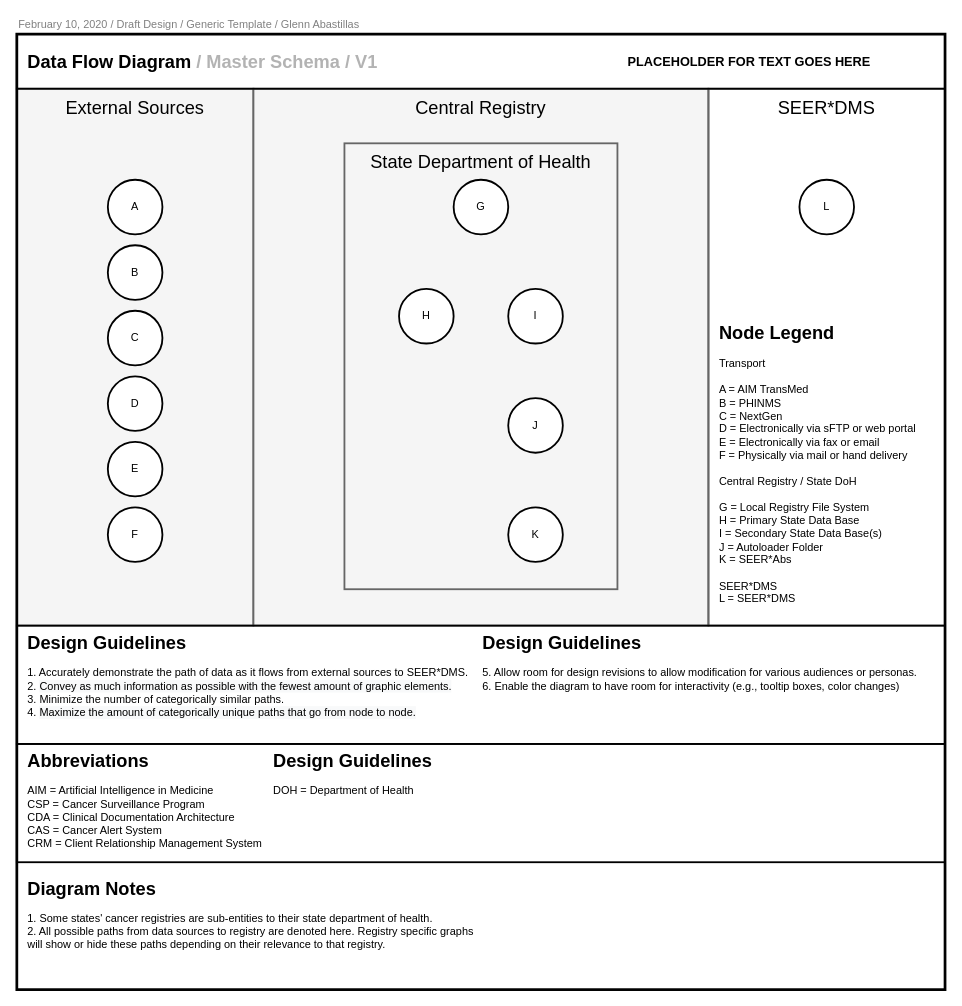
gabastil/nci-seer keeps this draw.io diagram as ws5/svg/master_schema.drawio. Above is the earlier version. Source tidied: cells renumbered, new cells numbered last; positions are measured from the earlier drawing's top-left corner, leaving out a move shared by most shapes. Both pictures are drawn from the tidied source at 91%, with x=0, y=0 at pixel (16, 15).
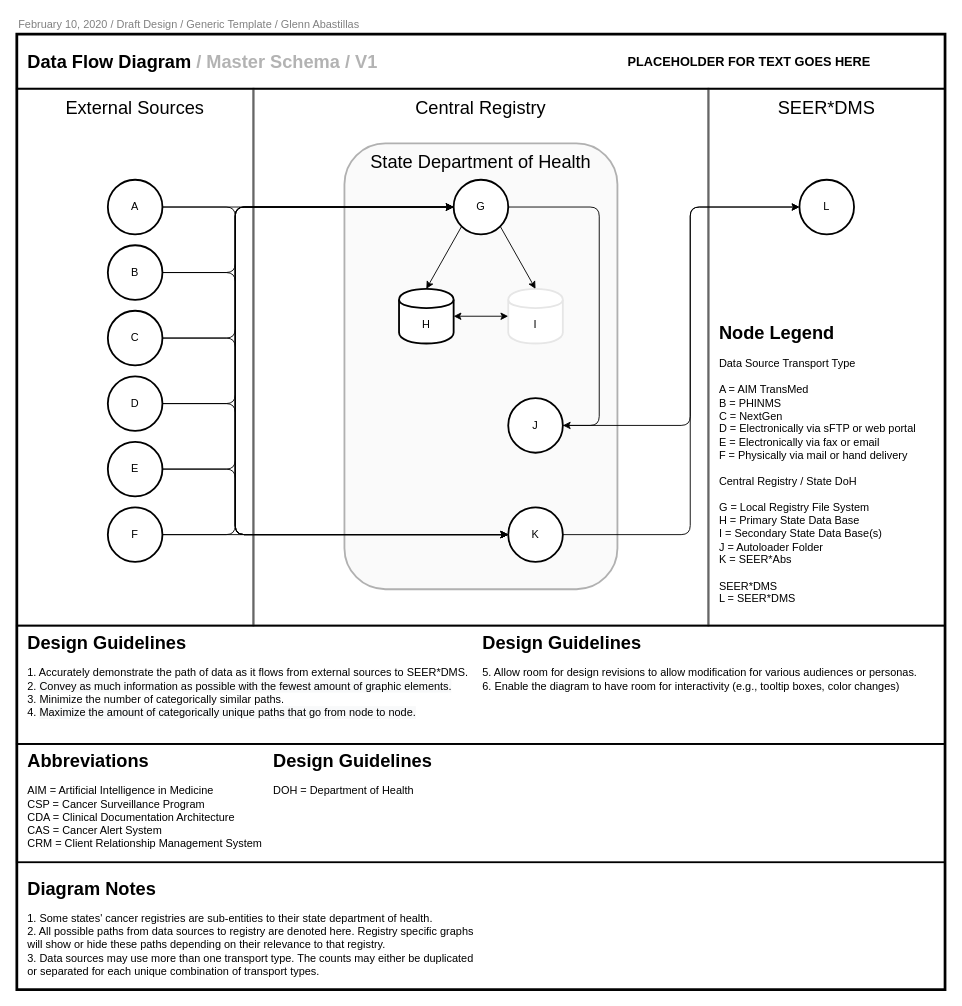
After the change.

The change refers to these unchanged cells:
```xml
<mxCell id="26" value="G" style="ellipse;whiteSpace=wrap;html=1;strokeWidth=2;" parent="24" vertex="1">
  <mxGeometry x="480" y="180" width="60" height="60" as="geometry" />
</mxCell>
<mxCell id="29" value="J" style="ellipse;whiteSpace=wrap;html=1;strokeWidth=2;" parent="24" vertex="1">
  <mxGeometry x="540" y="420" width="60" height="60" as="geometry" />
</mxCell>
```

The edit, as a diff of the source:
```diff
@@
-    <mxCell id="2" style="rounded=0;whiteSpace=wrap;html=1;strokeWidth=2;fillColor=#f5f5f5;fontSize=14;align=left;strokeColor=#666666;fontColor=#333333;" parent="1" vertex="1">
+    <mxCell id="2" style="rounded=0;whiteSpace=wrap;html=1;strokeWidth=2;fillColor=none;fontSize=14;align=left;strokeColor=#666666;fontColor=#333333;" parent="1" vertex="1">
       <mxGeometry y="80" width="260" height="590" as="geometry" />
     </mxCell>
-    <mxCell id="3" style="rounded=0;whiteSpace=wrap;html=1;strokeWidth=2;fillColor=#f5f5f5;fontSize=14;align=left;strokeColor=#666666;fontColor=#333333;" parent="1" vertex="1">
+    <mxCell id="3" style="rounded=0;whiteSpace=wrap;html=1;strokeWidth=2;fillColor=none;fontSize=14;align=left;strokeColor=#666666;fontColor=#333333;" parent="1" vertex="1">
       <mxGeometry x="260" y="80" width="500" height="590" as="geometry" />
     </mxCell>
@@
-    <mxCell id="5" style="rounded=0;whiteSpace=wrap;html=1;strokeWidth=2;fillColor=#f5f5f5;fontSize=14;align=left;strokeColor=#666666;fontColor=#333333;" parent="1" vertex="1">
+    <mxCell id="5" style="rounded=1;whiteSpace=wrap;html=1;strokeWidth=2;fillColor=#f5f5f5;fontSize=14;align=left;strokeColor=#666666;fontColor=#333333;opacity=50;" parent="1" vertex="1">
       <mxGeometry x="360" y="140" width="300" height="490" as="geometry" />
     </mxCell>
@@
-    <mxCell id="19" value="&lt;div align=&quot;left&quot; style=&quot;font-size: 20px&quot;&gt;&lt;b&gt;Node Legend&lt;/b&gt;&lt;/div&gt;&lt;div align=&quot;left&quot; style=&quot;font-size: 12px&quot;&gt;&lt;font style=&quot;font-size: 12px&quot;&gt;&lt;span style=&quot;font-size: 12px&quot;&gt;&lt;font color=&quot;transparent&quot;&gt;&lt;/font&gt;&lt;font color=&quot;#000000&quot;&gt;&lt;/font&gt;&lt;b&gt;&lt;/b&gt;&lt;b&gt;&lt;/b&gt;&lt;br&gt;&lt;/span&gt;&lt;/font&gt;&lt;/div&gt;&lt;div align=&quot;left&quot; style=&quot;font-size: 12px&quot;&gt;&lt;font style=&quot;font-size: 12px&quot;&gt;&lt;span style=&quot;font-size: 12px&quot;&gt;Transport&lt;/span&gt;&lt;/font&gt;&lt;/div&gt;&lt;div align=&quot;left&quot; style=&quot;font-size: 12px&quot;&gt;&lt;font style=&quot;font-size: 12px&quot;&gt;&lt;span style=&quot;font-size: 12px&quot;&gt;&lt;br&gt;&lt;/span&gt;&lt;/font&gt;&lt;/div&gt;&lt;div align=&quot;left&quot; style=&quot;font-size: 12px&quot;&gt;&lt;font style=&quot;font-size: 12px&quot;&gt;&lt;span style=&quot;font-size: 12px&quot;&gt;A = AIM TransMed&lt;/span&gt;&lt;/font&gt;&lt;/div&gt;&lt;div align=&quot;left&quot; style=&quot;font-size: 12px&quot;&gt;&lt;font style=&quot;font-size: 12px&quot;&gt;&lt;span style=&quot;font-size: 12px&quot;&gt;B = PHINMS&lt;/span&gt;&lt;/font&gt;&lt;/div&gt;&lt;div align=&quot;left&quot; style=&quot;font-size: 12px&quot;&gt;&lt;font style=&quot;font-size: 12px&quot;&gt;&lt;span style=&quot;font-size: 12px&quot;&gt;C = NextGen&lt;/span&gt;&lt;/font&gt;&lt;/div&gt;&lt;div align=&quot;left&quot; style=&quot;font-size: 12px&quot;&gt;&lt;font style=&quot;font-size: 12px&quot;&gt;&lt;span style=&quot;font-size: 12px&quot;&gt;D = Electronically via sFTP or web portal&lt;/span&gt;&lt;/font&gt;&lt;/div&gt;&lt;div align=&quot;left&quot; style=&quot;font-size: 12px&quot;&gt;&lt;font style=&quot;font-size: 12px&quot;&gt;&lt;span style=&quot;font-size: 12px&quot;&gt;E = Electronically via fax or email&lt;/span&gt;&lt;/font&gt;&lt;/div&gt;&lt;div align=&quot;left&quot; style=&quot;font-size: 12px&quot;&gt;&lt;font style=&quot;font-size: 12px&quot;&gt;&lt;span style=&quot;font-size: 12px&quot;&gt;F = Physically via mail or hand delivery&lt;/span&gt;&lt;/font&gt;&lt;/div&gt;&lt;div align=&quot;left&quot; style=&quot;font-size: 12px&quot;&gt;&lt;br&gt;&lt;/div&gt;&lt;div align=&quot;left&quot; style=&quot;font-size: 12px&quot;&gt;Central Registry / State DoH&lt;/div&gt;&lt;div align=&quot;left&quot; style=&quot;font-size: 12px&quot;&gt;&lt;br&gt;&lt;/div&gt;&lt;div align=&quot;left&quot; style=&quot;font-size: 12px&quot;&gt;G = Local Registry File System&lt;/div&gt;&lt;div align=&quot;left&quot; style=&quot;font-size: 12px&quot;&gt;H = Primary State Data Base&lt;/div&gt;&lt;div align=&quot;left&quot; style=&quot;font-size: 12px&quot;&gt;I = Secondary State Data Base(s)&lt;/div&gt;&lt;div align=&quot;left&quot; style=&quot;font-size: 12px&quot;&gt;J = Autoloader Folder&lt;/div&gt;&lt;div align=&quot;left&quot; style=&quot;font-size: 12px&quot;&gt;K = SEER*Abs&lt;/div&gt;&lt;div align=&quot;left&quot; style=&quot;font-size: 12px&quot;&gt;&lt;br&gt;&lt;/div&gt;&lt;div align=&quot;left&quot; style=&quot;font-size: 12px&quot;&gt;SEER*DMS&lt;/div&gt;&lt;div align=&quot;left&quot; style=&quot;font-size: 12px&quot;&gt;L = SEER*DMS&lt;/div&gt;" style="rounded=0;whiteSpace=wrap;html=1;strokeWidth=4;fillColor=none;align=left;fontSize=12;fontStyle=0;strokeColor=none;verticalAlign=top;" parent="6" vertex="1">
+    <mxCell id="19" value="&lt;div align=&quot;left&quot; style=&quot;font-size: 20px&quot;&gt;&lt;b&gt;Node Legend&lt;/b&gt;&lt;/div&gt;&lt;div align=&quot;left&quot; style=&quot;font-size: 12px&quot;&gt;&lt;font style=&quot;font-size: 12px&quot;&gt;&lt;span style=&quot;font-size: 12px&quot;&gt;&lt;font color=&quot;transparent&quot;&gt;&lt;/font&gt;&lt;font color=&quot;#000000&quot;&gt;&lt;/font&gt;&lt;b&gt;&lt;/b&gt;&lt;b&gt;&lt;/b&gt;&lt;br&gt;&lt;/span&gt;&lt;/font&gt;&lt;/div&gt;&lt;div align=&quot;left&quot; style=&quot;font-size: 12px&quot;&gt;&lt;font style=&quot;font-size: 12px&quot;&gt;&lt;span style=&quot;font-size: 12px&quot;&gt;Data Source Transport Type&lt;/span&gt;&lt;/font&gt;&lt;/div&gt;&lt;div align=&quot;left&quot; style=&quot;font-size: 12px&quot;&gt;&lt;font style=&quot;font-size: 12px&quot;&gt;&lt;span style=&quot;font-size: 12px&quot;&gt;&lt;br&gt;&lt;/span&gt;&lt;/font&gt;&lt;/div&gt;&lt;div align=&quot;left&quot; style=&quot;font-size: 12px&quot;&gt;&lt;font style=&quot;font-size: 12px&quot;&gt;&lt;span style=&quot;font-size: 12px&quot;&gt;A = AIM TransMed&lt;/span&gt;&lt;/font&gt;&lt;/div&gt;&lt;div align=&quot;left&quot; style=&quot;font-size: 12px&quot;&gt;&lt;font style=&quot;font-size: 12px&quot;&gt;&lt;span style=&quot;font-size: 12px&quot;&gt;B = PHINMS&lt;/span&gt;&lt;/font&gt;&lt;/div&gt;&lt;div align=&quot;left&quot; style=&quot;font-size: 12px&quot;&gt;&lt;font style=&quot;font-size: 12px&quot;&gt;&lt;span style=&quot;font-size: 12px&quot;&gt;C = NextGen&lt;/span&gt;&lt;/font&gt;&lt;/div&gt;&lt;div align=&quot;left&quot; style=&quot;font-size: 12px&quot;&gt;&lt;font style=&quot;font-size: 12px&quot;&gt;&lt;span style=&quot;font-size: 12px&quot;&gt;D = Electronically via sFTP or web portal&lt;/span&gt;&lt;/font&gt;&lt;/div&gt;&lt;div align=&quot;left&quot; style=&quot;font-size: 12px&quot;&gt;&lt;font style=&quot;font-size: 12px&quot;&gt;&lt;span style=&quot;font-size: 12px&quot;&gt;E = Electronically via fax or email&lt;/span&gt;&lt;/font&gt;&lt;/div&gt;&lt;div align=&quot;left&quot; style=&quot;font-size: 12px&quot;&gt;&lt;font style=&quot;font-size: 12px&quot;&gt;&lt;span style=&quot;font-size: 12px&quot;&gt;F = Physically via mail or hand delivery&lt;/span&gt;&lt;/font&gt;&lt;/div&gt;&lt;div align=&quot;left&quot; style=&quot;font-size: 12px&quot;&gt;&lt;br&gt;&lt;/div&gt;&lt;div align=&quot;left&quot; style=&quot;font-size: 12px&quot;&gt;Central Registry / State DoH&lt;/div&gt;&lt;div align=&quot;left&quot; style=&quot;font-size: 12px&quot;&gt;&lt;br&gt;&lt;/div&gt;&lt;div align=&quot;left&quot; style=&quot;font-size: 12px&quot;&gt;G = Local Registry File System&lt;/div&gt;&lt;div align=&quot;left&quot; style=&quot;font-size: 12px&quot;&gt;H = Primary State Data Base&lt;/div&gt;&lt;div align=&quot;left&quot; style=&quot;font-size: 12px&quot;&gt;I = Secondary State Data Base(s)&lt;/div&gt;&lt;div align=&quot;left&quot; style=&quot;font-size: 12px&quot;&gt;J = Autoloader Folder&lt;/div&gt;&lt;div align=&quot;left&quot; style=&quot;font-size: 12px&quot;&gt;K = SEER*Abs&lt;/div&gt;&lt;div align=&quot;left&quot; style=&quot;font-size: 12px&quot;&gt;&lt;br&gt;&lt;/div&gt;&lt;div align=&quot;left&quot; style=&quot;font-size: 12px&quot;&gt;SEER*DMS&lt;/div&gt;&lt;div align=&quot;left&quot; style=&quot;font-size: 12px&quot;&gt;L = SEER*DMS&lt;/div&gt;" style="rounded=0;whiteSpace=wrap;html=1;strokeWidth=4;fillColor=none;align=left;fontSize=12;fontStyle=0;strokeColor=none;verticalAlign=top;" parent="6" vertex="1">
       <mxGeometry x="770" y="330" width="240" height="330" as="geometry" />
     </mxCell>
@@
-    <mxCell id="23" value="&lt;div align=&quot;left&quot; style=&quot;font-size: 20px&quot;&gt;&lt;font style=&quot;font-size: 20px&quot;&gt;&lt;b&gt;Diagram Notes&lt;/b&gt;&lt;/font&gt;&lt;/div&gt;&lt;div align=&quot;left&quot; style=&quot;font-size: 12px&quot;&gt;&lt;br&gt;&lt;/div&gt;&lt;div align=&quot;left&quot; style=&quot;font-size: 12px&quot;&gt;1. Some states' cancer registries are sub-entities to their state department of health.&lt;/div&gt;&lt;div align=&quot;left&quot; style=&quot;font-size: 12px&quot;&gt;2. All possible paths from data sources to registry are denoted here. Registry specific graphs will show or hide these paths depending on their relevance to that registry.&lt;/div&gt;" style="rounded=0;whiteSpace=wrap;html=1;strokeWidth=4;fillColor=none;align=left;fontSize=12;fontStyle=0;strokeColor=none;verticalAlign=top;" parent="6" vertex="1">
+    <mxCell id="23" value="&lt;div align=&quot;left&quot; style=&quot;font-size: 20px&quot;&gt;&lt;font style=&quot;font-size: 20px&quot;&gt;&lt;b&gt;Diagram Notes&lt;/b&gt;&lt;/font&gt;&lt;/div&gt;&lt;div align=&quot;left&quot; style=&quot;font-size: 12px&quot;&gt;&lt;br&gt;&lt;/div&gt;&lt;div align=&quot;left&quot; style=&quot;font-size: 12px&quot;&gt;1. Some states' cancer registries are sub-entities to their state department of health.&lt;/div&gt;&lt;div align=&quot;left&quot; style=&quot;font-size: 12px&quot;&gt;2. All possible paths from data sources to registry are denoted here. Registry specific graphs will show or hide these paths depending on their relevance to that registry.&lt;/div&gt;&lt;div align=&quot;left&quot; style=&quot;font-size: 12px&quot;&gt;3. Data sources may use more than one transport type. The counts may either be duplicated or separated for each unique combination of transport types.&lt;/div&gt;" style="rounded=0;whiteSpace=wrap;html=1;strokeWidth=4;fillColor=none;align=left;fontSize=12;fontStyle=0;strokeColor=none;verticalAlign=top;" parent="6" vertex="1">
       <mxGeometry x="10" y="940" width="500" height="130" as="geometry" />
     </mxCell>
@@
-    <mxCell id="27" value="H" style="ellipse;whiteSpace=wrap;html=1;strokeWidth=2;" parent="24" vertex="1">
-      <mxGeometry x="420" y="300" width="60" height="60" as="geometry" />
-    </mxCell>
@@
-    <mxCell id="30" value="I" style="ellipse;whiteSpace=wrap;html=1;strokeWidth=2;" parent="24" vertex="1">
-      <mxGeometry x="540" y="300" width="60" height="60" as="geometry" />
-    </mxCell>
@@
+    <mxCell id="27" value="&lt;div align=&quot;center&quot;&gt;H&lt;/div&gt;" style="shape=cylinder;whiteSpace=wrap;html=1;boundedLbl=1;backgroundOutline=1;strokeWidth=2;fillColor=#ffffff;fontSize=12;align=center;" parent="24" vertex="1">
+      <mxGeometry x="420" y="300" width="60" height="60" as="geometry" />
+    </mxCell>
+    <mxCell id="30" value="&lt;div align=&quot;center&quot;&gt;I&lt;/div&gt;" style="shape=cylinder;whiteSpace=wrap;html=1;boundedLbl=1;backgroundOutline=1;strokeWidth=2;fillColor=#FFFFFF;fontSize=12;align=center;strokeColor=#E6E6E6;" parent="24" vertex="1">
+      <mxGeometry x="540" y="300" width="60" height="60" as="geometry" />
+    </mxCell>
+    <mxCell id="37" parent="0" />
+    <mxCell id="38" style="edgeStyle=elbowEdgeStyle;orthogonalLoop=1;jettySize=auto;html=1;exitX=1;exitY=0.5;exitDx=0;exitDy=0;fontSize=12;rounded=1;" parent="37" edge="1">
+      <mxGeometry relative="1" as="geometry">
+        <mxPoint x="160" y="210" as="sourcePoint" />
+        <mxPoint x="480" y="210" as="targetPoint" />
+      </mxGeometry>
+    </mxCell>
+    <mxCell id="39" style="edgeStyle=elbowEdgeStyle;orthogonalLoop=1;jettySize=auto;html=1;exitX=1;exitY=0.5;exitDx=0;exitDy=0;fontSize=12;rounded=1;" parent="37" edge="1">
+      <mxGeometry relative="1" as="geometry">
+        <mxPoint x="160" y="282" as="sourcePoint" />
+        <mxPoint x="480" y="210" as="targetPoint" />
+        <Array as="points">
+          <mxPoint x="240" y="250" />
+        </Array>
+      </mxGeometry>
+    </mxCell>
+    <mxCell id="40" style="edgeStyle=elbowEdgeStyle;orthogonalLoop=1;jettySize=auto;html=1;exitX=1;exitY=0.5;exitDx=0;exitDy=0;entryX=0;entryY=0.5;entryDx=0;entryDy=0;fontSize=12;rounded=1;" parent="37" edge="1">
+      <mxGeometry relative="1" as="geometry">
+        <mxPoint x="160" y="354" as="sourcePoint" />
+        <mxPoint x="480" y="210" as="targetPoint" />
+        <Array as="points">
+          <mxPoint x="240" y="290" />
+        </Array>
+      </mxGeometry>
+    </mxCell>
+    <mxCell id="41" style="edgeStyle=elbowEdgeStyle;orthogonalLoop=1;jettySize=auto;html=1;exitX=1;exitY=0.5;exitDx=0;exitDy=0;fontSize=12;rounded=1;" parent="37" edge="1">
+      <mxGeometry relative="1" as="geometry">
+        <mxPoint x="160" y="426" as="sourcePoint" />
+        <mxPoint x="480" y="210" as="targetPoint" />
+        <Array as="points">
+          <mxPoint x="240" y="320" />
+        </Array>
+      </mxGeometry>
+    </mxCell>
+    <mxCell id="42" style="edgeStyle=elbowEdgeStyle;orthogonalLoop=1;jettySize=auto;html=1;exitX=1;exitY=0.5;exitDx=0;exitDy=0;fontSize=12;rounded=1;" parent="37" edge="1">
+      <mxGeometry relative="1" as="geometry">
+        <mxPoint x="160" y="498" as="sourcePoint" />
+        <mxPoint x="480" y="210" as="targetPoint" />
+        <Array as="points">
+          <mxPoint x="240" y="360" />
+        </Array>
+      </mxGeometry>
+    </mxCell>
+    <mxCell id="43" style="edgeStyle=elbowEdgeStyle;orthogonalLoop=1;jettySize=auto;html=1;exitX=1;exitY=0.5;exitDx=0;exitDy=0;fontSize=12;rounded=1;" parent="37" edge="1">
+      <mxGeometry relative="1" as="geometry">
+        <mxPoint x="160" y="570" as="sourcePoint" />
+        <mxPoint x="480" y="210" as="targetPoint" />
+        <Array as="points">
+          <mxPoint x="240" y="390" />
+        </Array>
+      </mxGeometry>
+    </mxCell>
+    <mxCell id="44" parent="0" />
+    <mxCell id="45" style="edgeStyle=elbowEdgeStyle;rounded=1;orthogonalLoop=1;jettySize=auto;html=1;exitX=1;exitY=0.5;exitDx=0;exitDy=0;entryX=0;entryY=0.5;entryDx=0;entryDy=0;startArrow=none;startFill=0;fontSize=12;shadow=0;jumpStyle=none;" parent="44" edge="1">
+      <mxGeometry relative="1" as="geometry">
+        <mxPoint x="160" y="210" as="sourcePoint" />
+        <mxPoint x="540" y="570" as="targetPoint" />
+        <Array as="points">
+          <mxPoint x="240" y="390" />
+        </Array>
+      </mxGeometry>
+    </mxCell>
+    <mxCell id="46" style="edgeStyle=elbowEdgeStyle;rounded=1;orthogonalLoop=1;jettySize=auto;html=1;exitX=1;exitY=0.5;exitDx=0;exitDy=0;startArrow=none;startFill=0;fontSize=12;shadow=0;jumpStyle=none;" parent="44" edge="1">
+      <mxGeometry relative="1" as="geometry">
+        <mxPoint x="160" y="282" as="sourcePoint" />
+        <mxPoint x="540" y="570" as="targetPoint" />
+        <Array as="points">
+          <mxPoint x="240" y="430" />
+        </Array>
+      </mxGeometry>
+    </mxCell>
+    <mxCell id="47" style="edgeStyle=elbowEdgeStyle;rounded=1;orthogonalLoop=1;jettySize=auto;html=1;exitX=1;exitY=0.5;exitDx=0;exitDy=0;startArrow=none;startFill=0;fontSize=12;shadow=0;jumpStyle=none;" parent="44" edge="1">
+      <mxGeometry relative="1" as="geometry">
+        <mxPoint x="160" y="354" as="sourcePoint" />
+        <mxPoint x="540" y="570" as="targetPoint" />
+        <Array as="points">
+          <mxPoint x="240" y="480" />
+        </Array>
+      </mxGeometry>
+    </mxCell>
+    <mxCell id="48" style="edgeStyle=elbowEdgeStyle;rounded=1;orthogonalLoop=1;jettySize=auto;html=1;exitX=1;exitY=0.5;exitDx=0;exitDy=0;startArrow=none;startFill=0;fontSize=12;shadow=0;jumpStyle=none;" parent="44" edge="1">
+      <mxGeometry relative="1" as="geometry">
+        <mxPoint x="160" y="426" as="sourcePoint" />
+        <mxPoint x="540" y="570" as="targetPoint" />
+        <Array as="points">
+          <mxPoint x="240" y="510" />
+        </Array>
+      </mxGeometry>
+    </mxCell>
+    <mxCell id="49" style="edgeStyle=elbowEdgeStyle;rounded=1;orthogonalLoop=1;jettySize=auto;html=1;exitX=1;exitY=0.5;exitDx=0;exitDy=0;startArrow=none;startFill=0;fontSize=12;shadow=0;jumpStyle=none;" parent="44" edge="1">
+      <mxGeometry relative="1" as="geometry">
+        <mxPoint x="160" y="498" as="sourcePoint" />
+        <mxPoint x="540" y="570" as="targetPoint" />
+        <Array as="points">
+          <mxPoint x="240" y="550" />
+        </Array>
+      </mxGeometry>
+    </mxCell>
+    <mxCell id="50" style="edgeStyle=elbowEdgeStyle;rounded=1;orthogonalLoop=1;jettySize=auto;html=1;exitX=1;exitY=0.5;exitDx=0;exitDy=0;startArrow=none;startFill=0;fontSize=12;shadow=0;jumpStyle=none;" parent="44" edge="1">
+      <mxGeometry relative="1" as="geometry">
+        <mxPoint x="160" y="570" as="sourcePoint" />
+        <mxPoint x="540" y="570" as="targetPoint" />
+      </mxGeometry>
+    </mxCell>
+    <mxCell id="51" parent="0" />
+    <mxCell id="52" style="rounded=0;orthogonalLoop=1;jettySize=auto;html=1;exitX=0;exitY=1;exitDx=0;exitDy=0;fontSize=12;entryX=0.5;entryY=0;entryDx=0;entryDy=0;" parent="51" edge="1">
+      <mxGeometry relative="1" as="geometry">
+        <mxPoint x="488.8" y="231.2" as="sourcePoint" />
+        <mxPoint x="450" y="300" as="targetPoint" />
+      </mxGeometry>
+    </mxCell>
+    <mxCell id="53" style="edgeStyle=none;rounded=0;orthogonalLoop=1;jettySize=auto;html=1;exitX=1;exitY=1;exitDx=0;exitDy=0;entryX=0.5;entryY=0;entryDx=0;entryDy=0;fontSize=12;" parent="51" edge="1">
+      <mxGeometry relative="1" as="geometry">
+        <mxPoint x="531.2" y="231.2" as="sourcePoint" />
+        <mxPoint x="570" y="300" as="targetPoint" />
+      </mxGeometry>
+    </mxCell>
+    <mxCell id="54" style="edgeStyle=none;rounded=0;orthogonalLoop=1;jettySize=auto;html=1;exitX=1;exitY=0.5;exitDx=0;exitDy=0;entryX=0;entryY=0.5;entryDx=0;entryDy=0;fontSize=12;startArrow=classic;startFill=1;" parent="51" edge="1">
+      <mxGeometry relative="1" as="geometry">
+        <mxPoint x="480" y="330" as="sourcePoint" />
+        <mxPoint x="540" y="330" as="targetPoint" />
+      </mxGeometry>
+    </mxCell>
+    <mxCell id="55" style="edgeStyle=elbowEdgeStyle;rounded=1;comic=0;jumpStyle=none;jettySize=auto;elbow=vertical;html=1;exitX=1;exitY=0.5;exitDx=0;exitDy=0;shadow=0;startArrow=none;startFill=0;fontSize=12;entryX=1;entryY=0.5;entryDx=0;entryDy=0;" parent="51" edge="1" source="26" target="29">
+      <mxGeometry relative="1" as="geometry">
+        <Array as="points">
+          <mxPoint x="640" y="340" />
+          <mxPoint x="640" y="315" />
+        </Array>
+      </mxGeometry>
+    </mxCell>
+    <mxCell id="56" parent="0" />
+    <mxCell id="57" style="edgeStyle=elbowEdgeStyle;rounded=1;orthogonalLoop=1;jettySize=auto;html=1;exitX=1;exitY=0.5;exitDx=0;exitDy=0;entryX=0;entryY=0.5;entryDx=0;entryDy=0;startArrow=none;startFill=0;fontSize=12;" parent="56" edge="1">
+      <mxGeometry relative="1" as="geometry">
+        <mxPoint x="600" y="570" as="sourcePoint" />
+        <mxPoint x="860" y="210" as="targetPoint" />
+        <Array as="points">
+          <mxPoint x="740" y="390" />
+        </Array>
+      </mxGeometry>
+    </mxCell>
+    <mxCell id="58" style="edgeStyle=elbowEdgeStyle;rounded=1;orthogonalLoop=1;jettySize=auto;html=1;exitX=1;exitY=0.5;exitDx=0;exitDy=0;startArrow=none;startFill=0;fontSize=12;" parent="56" edge="1">
+      <mxGeometry relative="1" as="geometry">
+        <mxPoint x="600" y="450" as="sourcePoint" />
+        <mxPoint x="860" y="210" as="targetPoint" />
+        <Array as="points">
+          <mxPoint x="740" y="330" />
+        </Array>
+      </mxGeometry>
+    </mxCell>
```
